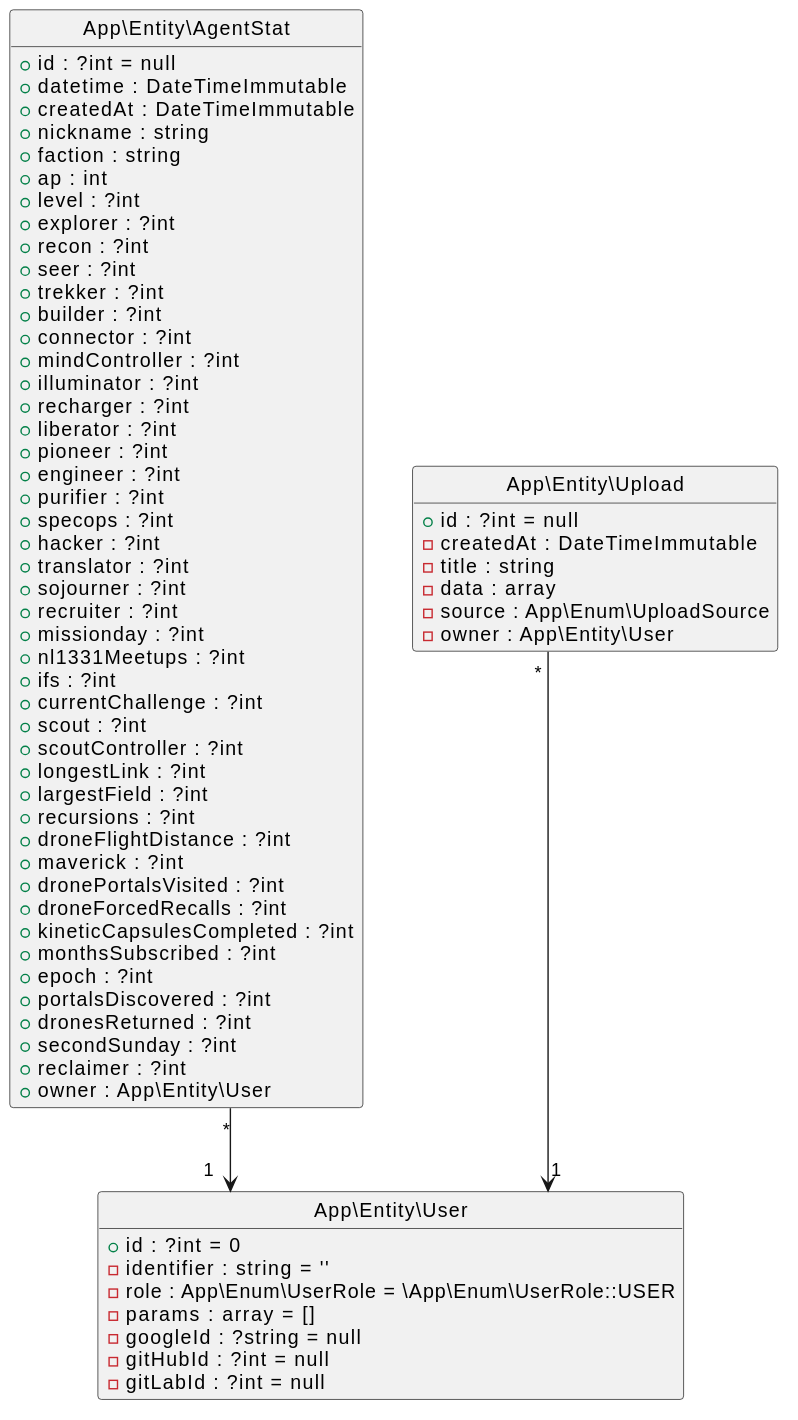
The PlantUML diagram upload-page/assets/docs/database.svg in elkuku/AgentTools, before a commit.
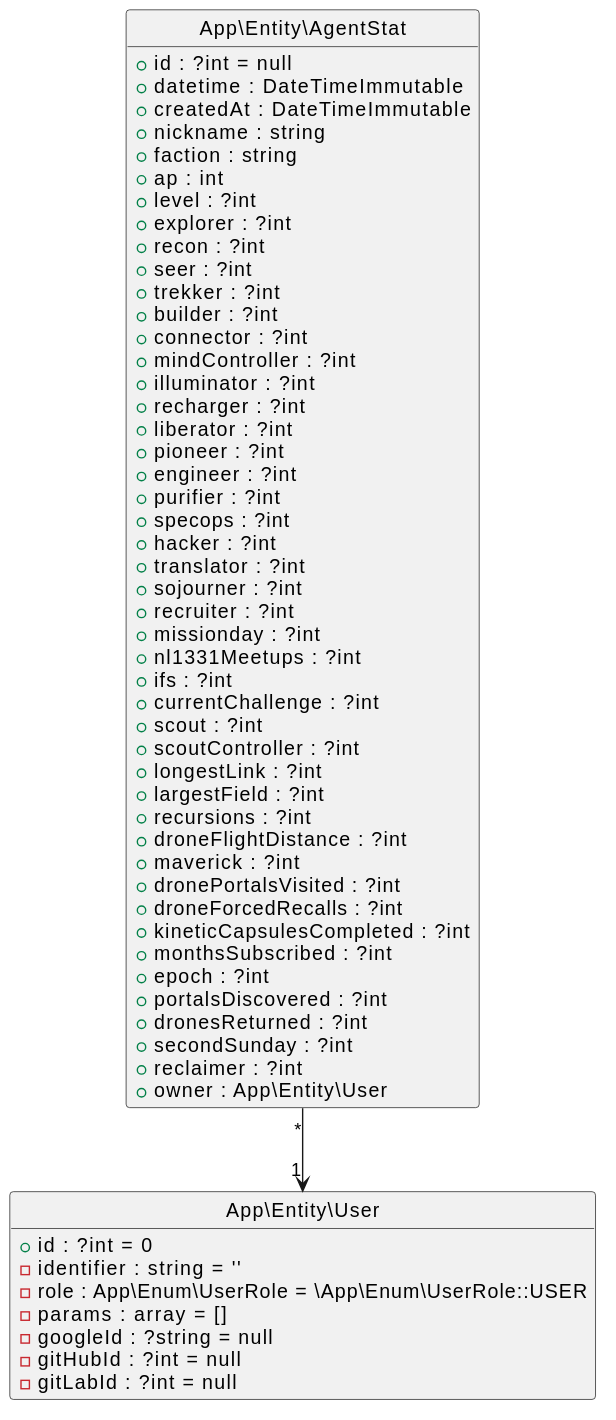
Later version of the same file.

What changed in the source:
```diff
@@ -63,14 +63,5 @@
 - gitHubId : ?int = null
 - gitLabId : ?int = null
 }
-class App\Entity\Upload {
-+ id : ?int = null
-- createdAt : DateTimeImmutable
-- title : string
-- data : array
-- source : App\Enum\UploadSource
-- owner : App\Entity\User
-}
 App\Entity\AgentStat "*" --> "1" App\Entity\User
-App\Entity\Upload "*" --> "1" App\Entity\User
 @enduml
```
